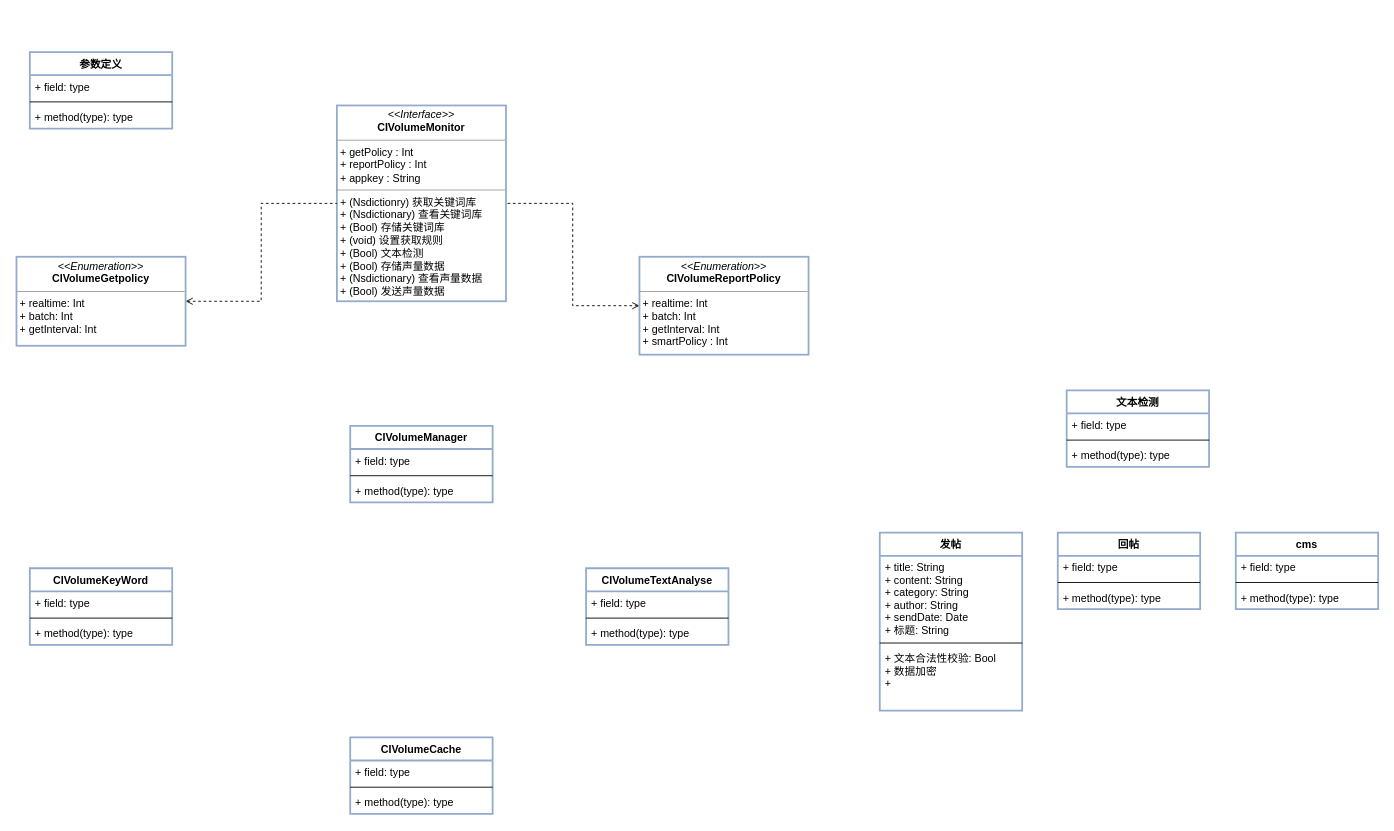
Earlier version of the draw.io diagram page "Page-3" (3 of 3) of volume system.drawio (ikeyyang/uml). Source tidied: cells renumbered, new cells numbered last; positions are measured from the earlier drawing's top-left corner, leaving out a move shared by most shapes. Both pictures are drawn from the tidied source at 89%, with x=0, y=0 at pixel (16, 52).
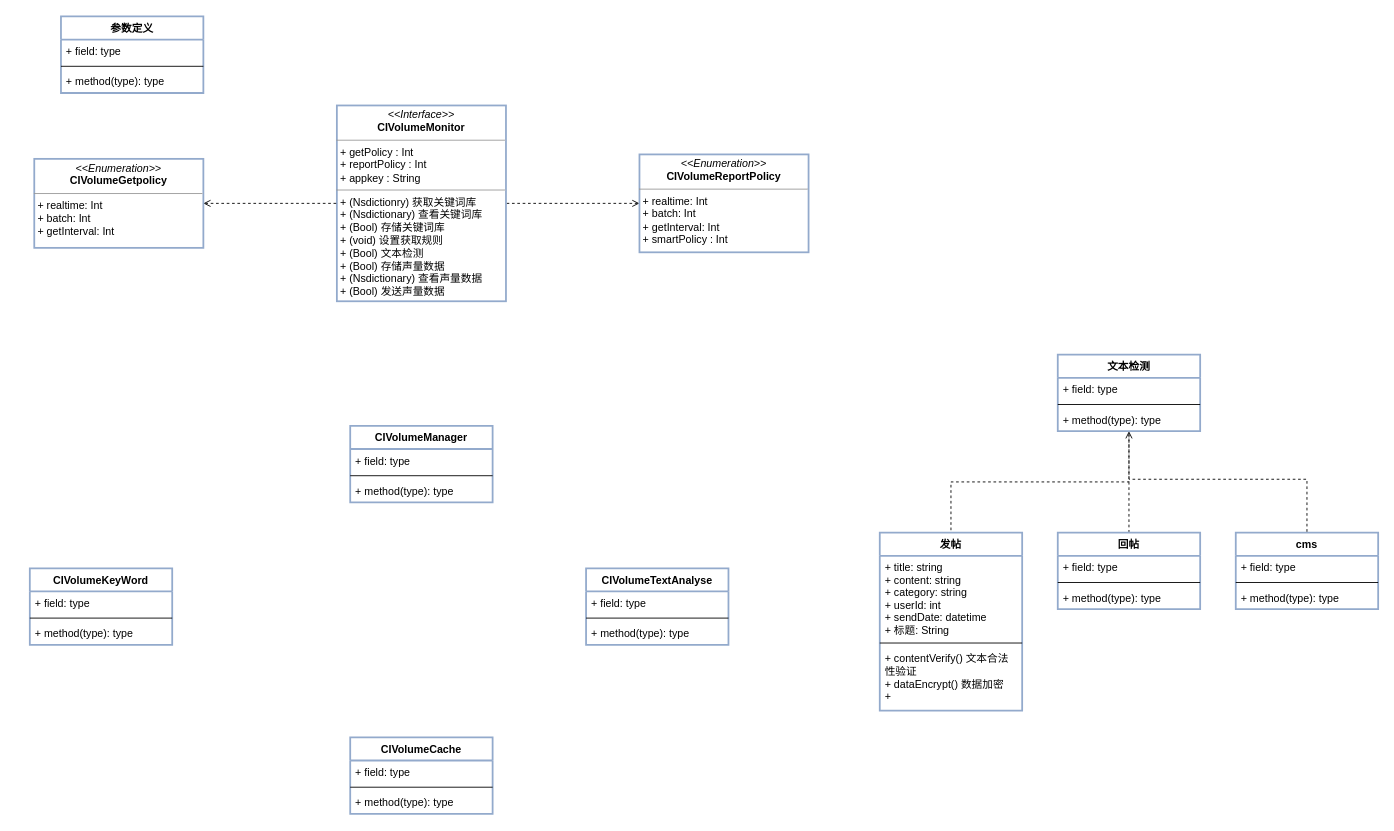
After the change.

The change refers to these unchanged cells:
```xml
<mxCell id="27" value="回帖" style="swimlane;fontStyle=1;align=center;verticalAlign=top;horizontal=1;startSize=26;strokeColor=#93AACC;strokeWidth=2;fillColor=none;" parent="1" vertex="1">
  <mxGeometry x="1170" y="540" width="160" height="86" as="geometry" />
</mxCell>
<mxCell id="31" value="cms" style="swimlane;fontStyle=1;align=center;verticalAlign=top;horizontal=1;startSize=26;strokeColor=#93AACC;strokeWidth=2;fillColor=none;" parent="1" vertex="1">
  <mxGeometry x="1370" y="540" width="160" height="86" as="geometry" />
</mxCell>
<mxCell id="35" value="发帖" style="swimlane;fontStyle=1;align=center;verticalAlign=top;horizontal=1;startSize=26;strokeColor=#93AACC;strokeWidth=2;fillColor=none;" parent="1" vertex="1">
  <mxGeometry x="970" y="540" width="160" height="200" as="geometry" />
</mxCell>
<mxCell id="42" value="+ method(type): type" style="text;strokeColor=none;fillColor=none;align=left;verticalAlign=top;spacingLeft=4;spacingRight=4;overflow=hidden;points=[[0,0.5],[1,0.5]];portConstraint=eastwest;" parent="39" vertex="1">
  <mxGeometry y="60" width="160" height="26" as="geometry" />
</mxCell>
```

Diff of the diagram source:
```diff
@@
     <mxCell id="2" value="参数定义" style="swimlane;fontStyle=1;align=center;verticalAlign=top;horizontal=1;startSize=26;strokeColor=#93AACC;strokeWidth=2;fillColor=none;" parent="1" vertex="1">
-      <mxGeometry x="15" width="160" height="86" as="geometry" />
+      <mxGeometry x="50" y="-40" width="160" height="86" as="geometry" />
     </mxCell>
@@
     <mxCell id="13" value="&lt;p style=&quot;margin: 0px ; margin-top: 4px ; text-align: center&quot;&gt;&lt;i&gt;&amp;lt;&amp;lt;Enumeration&amp;gt;&amp;gt;&lt;/i&gt;&lt;br&gt;&lt;b&gt;CIVolumeGetpolicy&lt;/b&gt;&lt;/p&gt;&lt;hr size=&quot;1&quot;&gt;&lt;p style=&quot;margin: 0px ; margin-left: 4px&quot;&gt;+ realtime: Int&lt;br&gt;+ batch: Int&lt;/p&gt;&lt;p style=&quot;margin: 0px ; margin-left: 4px&quot;&gt;+ getInterval: Int&lt;br&gt;&lt;/p&gt;&lt;p style=&quot;margin: 0px ; margin-left: 4px&quot;&gt;&lt;br&gt;&lt;/p&gt;" style="verticalAlign=top;align=left;overflow=fill;fontSize=12;fontFamily=Helvetica;html=1;strokeColor=#93AACC;strokeWidth=2;fillColor=none;" parent="1" vertex="1">
-      <mxGeometry y="230" width="190" height="100" as="geometry" />
+      <mxGeometry x="20" y="120" width="190" height="100" as="geometry" />
     </mxCell>
     <mxCell id="14" value="&lt;p style=&quot;margin: 0px ; margin-top: 4px ; text-align: center&quot;&gt;&lt;i&gt;&amp;lt;&amp;lt;Enumeration&amp;gt;&amp;gt;&lt;/i&gt;&lt;br&gt;&lt;b&gt;CIVolumeReportPolicy&lt;/b&gt;&lt;/p&gt;&lt;hr size=&quot;1&quot;&gt;&lt;p style=&quot;margin: 0px 0px 0px 4px&quot;&gt;+ realtime: Int&lt;br&gt;+ batch: Int&lt;/p&gt;&lt;p style=&quot;margin: 0px 0px 0px 4px&quot;&gt;+ getInterval: Int&lt;/p&gt;&lt;p style=&quot;margin: 0px 0px 0px 4px&quot;&gt;+ smartPolicy : Int&lt;/p&gt;&lt;p style=&quot;margin: 0px ; margin-left: 4px&quot;&gt;&lt;br&gt;&lt;/p&gt;" style="verticalAlign=top;align=left;overflow=fill;fontSize=12;fontFamily=Helvetica;html=1;strokeColor=#93AACC;strokeWidth=2;fillColor=none;" parent="1" vertex="1">
-      <mxGeometry x="700" y="230" width="190" height="110" as="geometry" />
+      <mxGeometry x="700" y="115" width="190" height="110" as="geometry" />
     </mxCell>
@@
+    <mxCell id="43" style="edgeStyle=orthogonalEdgeStyle;rounded=0;jumpStyle=none;jettySize=auto;html=1;exitX=0.5;exitY=0;exitDx=0;exitDy=0;dashed=1;startArrow=none;startFill=0;endArrow=none;endFill=0;strokeWidth=1;" parent="1" edge="1" source="27">
+      <mxGeometry relative="1" as="geometry">
+        <mxPoint x="1250" y="480" as="targetPoint" />
+      </mxGeometry>
+    </mxCell>
@@
+    <mxCell id="44" style="edgeStyle=orthogonalEdgeStyle;rounded=0;jumpStyle=none;jettySize=auto;html=1;exitX=0.5;exitY=1;exitDx=0;exitDy=0;entryX=0.5;entryY=0;entryDx=0;entryDy=0;dashed=1;startArrow=open;startFill=0;endArrow=none;endFill=0;strokeWidth=1;" parent="1" edge="1" source="39" target="35">
+      <mxGeometry relative="1" as="geometry" />
+    </mxCell>
@@
-    <mxCell id="36" value="+ title: String&#10;+ content: String&#10;+ category: String&#10;+ author: String&#10;+ sendDate: Date&#10;+ 标题: String" style="text;strokeColor=none;fillColor=none;align=left;verticalAlign=top;spacingLeft=4;spacingRight=4;overflow=hidden;" parent="35" vertex="1">
+    <mxCell id="36" value="+ title: string&#10;+ content: string&#10;+ category: string&#10;+ userId: int&#10;+ sendDate: datetime&#10;+ 标题: String" style="text;strokeColor=none;fillColor=none;align=left;verticalAlign=top;spacingLeft=4;spacingRight=4;overflow=hidden;" parent="35" vertex="1">
       <mxGeometry y="26" width="160" height="94" as="geometry" />
     </mxCell>
@@
-    <mxCell id="38" value="+ 文本合法性校验: Bool&#10;+ 数据加密&#10;+ " style="text;strokeColor=none;fillColor=none;align=left;verticalAlign=top;spacingLeft=4;spacingRight=4;overflow=hidden;" parent="35" vertex="1">
+    <mxCell id="38" value="+ contentVerify() 文本合法性验证&#10;+ dataEncrypt() 数据加密&#10;+ " style="text;strokeColor=none;fillColor=none;align=left;verticalAlign=top;spacingLeft=4;spacingRight=4;overflow=hidden;whiteSpace=wrap;" parent="35" vertex="1">
       <mxGeometry y="128" width="160" height="72" as="geometry" />
     </mxCell>
     <mxCell id="39" value="文本检测" style="swimlane;fontStyle=1;align=center;verticalAlign=top;horizontal=1;startSize=26;strokeColor=#93AACC;strokeWidth=2;fillColor=none;" parent="1" vertex="1">
-      <mxGeometry x="1180" y="380" width="160" height="86" as="geometry" />
+      <mxGeometry x="1170" y="340" width="160" height="86" as="geometry" />
     </mxCell>
@@
+    <mxCell id="45" style="edgeStyle=orthogonalEdgeStyle;rounded=0;jumpStyle=none;jettySize=auto;html=1;exitX=0.5;exitY=1.154;exitDx=0;exitDy=0;entryX=0.5;entryY=0;entryDx=0;entryDy=0;dashed=1;startArrow=none;startFill=0;endArrow=none;endFill=0;strokeWidth=1;exitPerimeter=0;" parent="1" edge="1" source="42" target="31">
+      <mxGeometry relative="1" as="geometry">
+        <Array as="points">
+          <mxPoint x="1250" y="480" />
+          <mxPoint x="1450" y="480" />
+        </Array>
+      </mxGeometry>
+    </mxCell>
```
